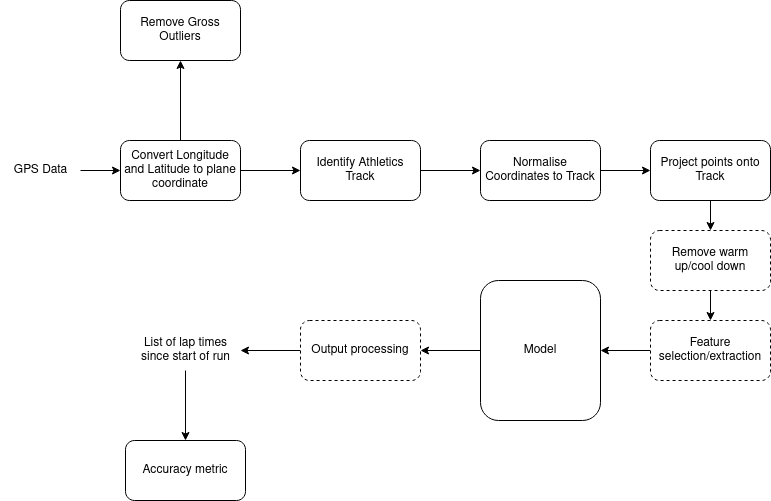
This is references/images/data_pipeline.png from GarethHarcombe/cosc470, a draw.io export, as it was before one commit. Source tidied: cells renumbered, new cells last; positions are measured from the earlier drawing's top-left corner, leaving out a move shared by most shapes. Its diagram source:
```xml
<mxGraphModel>
  <root>
    <mxCell id="0" />
    <mxCell id="1" parent="0" />
    <mxCell id="2" style="edgeStyle=orthogonalEdgeStyle;rounded=0;jettySize=auto;html=1;" parent="1" edge="1" source="3" target="7">
      <mxGeometry relative="1" as="geometry" />
    </mxCell>
    <mxCell id="3" value="Identify Athletics Track" style="rounded=1;whiteSpace=wrap;html=1;" parent="1" vertex="1">
      <mxGeometry x="300" y="140" width="120" height="60" as="geometry" />
    </mxCell>
    <mxCell id="4" style="edgeStyle=orthogonalEdgeStyle;rounded=0;jettySize=auto;html=1;" parent="1" edge="1" source="5" target="10">
      <mxGeometry relative="1" as="geometry" />
    </mxCell>
    <mxCell id="5" value="GPS Data" style="text;html=1;align=center;verticalAlign=middle;points=[];strokeColor=none;fillColor=none;" parent="1" vertex="1">
      <mxGeometry y="155" width="80" height="30" as="geometry" />
    </mxCell>
    <mxCell id="6" style="edgeStyle=orthogonalEdgeStyle;rounded=0;jettySize=auto;html=1;entryX=0;entryY=0.5;entryDx=0;entryDy=0;" parent="1" edge="1" source="7" target="24">
      <mxGeometry relative="1" as="geometry" />
    </mxCell>
    <mxCell id="7" value="Normalise Coordinates to Track" style="whiteSpace=wrap;html=1;rounded=1;" parent="1" vertex="1">
      <mxGeometry x="480" y="140" width="120" height="60" as="geometry" />
    </mxCell>
    <mxCell id="8" style="edgeStyle=orthogonalEdgeStyle;rounded=0;jettySize=auto;html=1;entryX=0;entryY=0.5;entryDx=0;entryDy=0;" parent="1" edge="1" source="10" target="3">
      <mxGeometry relative="1" as="geometry" />
    </mxCell>
    <mxCell id="9" style="edgeStyle=orthogonalEdgeStyle;rounded=0;jettySize=auto;html=1;" parent="1" edge="1" source="10" target="11">
      <mxGeometry relative="1" as="geometry" />
    </mxCell>
    <mxCell id="10" value="Convert Longitude and Latitude to plane coordinate" style="whiteSpace=wrap;html=1;rounded=1;" parent="1" vertex="1">
      <mxGeometry x="120" y="140" width="120" height="60" as="geometry" />
    </mxCell>
    <mxCell id="11" value="Remove Gross Outliers" style="whiteSpace=wrap;html=1;rounded=1;" parent="1" vertex="1">
      <mxGeometry x="120" width="120" height="60" as="geometry" />
    </mxCell>
    <mxCell id="12" style="edgeStyle=orthogonalEdgeStyle;rounded=0;jettySize=auto;html=1;" parent="1" edge="1" source="13" target="15">
      <mxGeometry relative="1" as="geometry" />
    </mxCell>
    <mxCell id="13" value="Remove warm up/cool down" style="whiteSpace=wrap;html=1;rounded=1;dashed=1;" parent="1" vertex="1">
      <mxGeometry x="650" y="230" width="120" height="60" as="geometry" />
    </mxCell>
    <mxCell id="14" style="edgeStyle=orthogonalEdgeStyle;rounded=0;jettySize=auto;html=1;" parent="1" edge="1" source="15" target="17">
      <mxGeometry relative="1" as="geometry" />
    </mxCell>
    <mxCell id="15" value="Feature selection/extraction" style="whiteSpace=wrap;html=1;rounded=1;dashed=1;" parent="1" vertex="1">
      <mxGeometry x="650" y="320" width="120" height="60" as="geometry" />
    </mxCell>
    <mxCell id="16" style="edgeStyle=orthogonalEdgeStyle;rounded=0;jettySize=auto;html=1;" parent="1" edge="1" source="17" target="19">
      <mxGeometry relative="1" as="geometry" />
    </mxCell>
    <mxCell id="17" value="Model" style="whiteSpace=wrap;html=1;rounded=1;" parent="1" vertex="1">
      <mxGeometry x="480" y="280" width="120" height="140" as="geometry" />
    </mxCell>
    <mxCell id="18" style="edgeStyle=orthogonalEdgeStyle;rounded=0;jettySize=auto;html=1;" parent="1" edge="1" source="19" target="21">
      <mxGeometry relative="1" as="geometry" />
    </mxCell>
    <mxCell id="19" value="Output processing" style="whiteSpace=wrap;html=1;rounded=1;dashed=1;" parent="1" vertex="1">
      <mxGeometry x="300" y="320" width="120" height="60" as="geometry" />
    </mxCell>
    <mxCell id="20" style="edgeStyle=orthogonalEdgeStyle;rounded=0;jettySize=auto;html=1;entryX=0.5;entryY=0;entryDx=0;entryDy=0;" parent="1" edge="1" source="21" target="22">
      <mxGeometry relative="1" as="geometry" />
    </mxCell>
    <mxCell id="21" value="&lt;div&gt;List of lap times &lt;br&gt;&lt;/div&gt;&lt;div&gt;since start of run&lt;/div&gt;" style="text;html=1;align=center;verticalAlign=middle;points=[];strokeColor=none;fillColor=none;" parent="1" vertex="1">
      <mxGeometry x="130" y="330" width="110" height="40" as="geometry" />
    </mxCell>
    <mxCell id="22" value="Accuracy metric" style="rounded=1;whiteSpace=wrap;html=1;" parent="1" vertex="1">
      <mxGeometry x="125" y="440" width="120" height="60" as="geometry" />
    </mxCell>
    <mxCell id="23" style="edgeStyle=orthogonalEdgeStyle;rounded=0;jettySize=auto;html=1;" parent="1" edge="1" source="24" target="13">
      <mxGeometry relative="1" as="geometry" />
    </mxCell>
    <mxCell id="24" value="Project points onto Track" style="rounded=1;whiteSpace=wrap;html=1;" parent="1" vertex="1">
      <mxGeometry x="650" y="140" width="120" height="60" as="geometry" />
    </mxCell>
  </root>
</mxGraphModel>
```
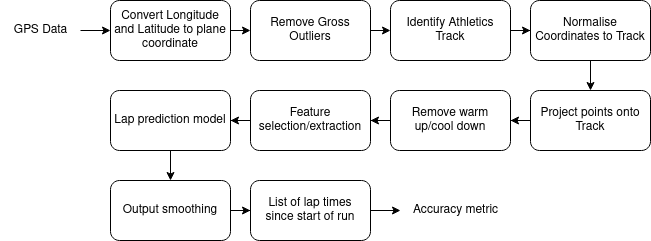
Later version of the same file.

Diff of the diagram source:
```diff
@@ -6,70 +6,70 @@
       <mxGeometry relative="1" as="geometry" />
     </mxCell>
     <mxCell id="3" value="Identify Athletics Track" style="rounded=1;whiteSpace=wrap;html=1;" parent="1" vertex="1">
-      <mxGeometry x="300" y="140" width="120" height="60" as="geometry" />
+      <mxGeometry x="420" y="140" width="120" height="60" as="geometry" />
     </mxCell>
-    <mxCell id="4" style="edgeStyle=orthogonalEdgeStyle;rounded=0;jettySize=auto;html=1;" parent="1" edge="1" source="5" target="10">
+    <mxCell id="4" style="edgeStyle=orthogonalEdgeStyle;rounded=0;jettySize=auto;html=1;entryX=0;entryY=0.5;entryDx=0;entryDy=0;" parent="1" edge="1" source="5" target="10">
       <mxGeometry relative="1" as="geometry" />
     </mxCell>
     <mxCell id="5" value="GPS Data" style="text;html=1;align=center;verticalAlign=middle;points=[];strokeColor=none;fillColor=none;" parent="1" vertex="1">
-      <mxGeometry y="155" width="80" height="30" as="geometry" />
+      <mxGeometry x="30" y="155" width="80" height="30" as="geometry" />
     </mxCell>
-    <mxCell id="6" style="edgeStyle=orthogonalEdgeStyle;rounded=0;jettySize=auto;html=1;entryX=0;entryY=0.5;entryDx=0;entryDy=0;" parent="1" edge="1" source="7" target="24">
+    <mxCell id="6" style="edgeStyle=orthogonalEdgeStyle;rounded=0;jettySize=auto;html=1;entryX=0.5;entryY=0;entryDx=0;entryDy=0;" parent="1" edge="1" source="7" target="24">
       <mxGeometry relative="1" as="geometry" />
     </mxCell>
     <mxCell id="7" value="Normalise Coordinates to Track" style="whiteSpace=wrap;html=1;rounded=1;" parent="1" vertex="1">
-      <mxGeometry x="480" y="140" width="120" height="60" as="geometry" />
+      <mxGeometry x="560" y="140" width="120" height="60" as="geometry" />
     </mxCell>
-    <mxCell id="8" style="edgeStyle=orthogonalEdgeStyle;rounded=0;jettySize=auto;html=1;entryX=0;entryY=0.5;entryDx=0;entryDy=0;" parent="1" edge="1" source="10" target="3">
-      <mxGeometry relative="1" as="geometry" />
-    </mxCell>
-    <mxCell id="9" style="edgeStyle=orthogonalEdgeStyle;rounded=0;jettySize=auto;html=1;" parent="1" edge="1" source="10" target="11">
+    <mxCell id="9" style="edgeStyle=orthogonalEdgeStyle;rounded=0;jettySize=auto;html=1;exitX=1;exitY=0.5;exitDx=0;exitDy=0;entryX=0;entryY=0.5;entryDx=0;entryDy=0;" parent="1" edge="1" source="10" target="11">
       <mxGeometry relative="1" as="geometry" />
     </mxCell>
     <mxCell id="10" value="Convert Longitude and Latitude to plane coordinate" style="whiteSpace=wrap;html=1;rounded=1;" parent="1" vertex="1">
-      <mxGeometry x="120" y="140" width="120" height="60" as="geometry" />
+      <mxGeometry x="140" y="140" width="120" height="60" as="geometry" />
     </mxCell>
+    <mxCell id="25" style="edgeStyle=orthogonalEdgeStyle;rounded=0;jettySize=auto;html=1;exitX=1;exitY=0.5;exitDx=0;exitDy=0;entryX=0;entryY=0.5;entryDx=0;entryDy=0;" parent="1" edge="1" source="11" target="3">
+      <mxGeometry relative="1" as="geometry" />
+    </mxCell>
     <mxCell id="11" value="Remove Gross Outliers" style="whiteSpace=wrap;html=1;rounded=1;" parent="1" vertex="1">
-      <mxGeometry x="120" width="120" height="60" as="geometry" />
+      <mxGeometry x="280" y="140" width="120" height="60" as="geometry" />
     </mxCell>
     <mxCell id="12" style="edgeStyle=orthogonalEdgeStyle;rounded=0;jettySize=auto;html=1;" parent="1" edge="1" source="13" target="15">
       <mxGeometry relative="1" as="geometry" />
     </mxCell>
-    <mxCell id="13" value="Remove warm up/cool down" style="whiteSpace=wrap;html=1;rounded=1;dashed=1;" parent="1" vertex="1">
-      <mxGeometry x="650" y="230" width="120" height="60" as="geometry" />
+    <mxCell id="13" value="Remove warm up/cool down" style="whiteSpace=wrap;html=1;rounded=1;" parent="1" vertex="1">
+      <mxGeometry x="420" y="230" width="120" height="60" as="geometry" />
     </mxCell>
     <mxCell id="14" style="edgeStyle=orthogonalEdgeStyle;rounded=0;jettySize=auto;html=1;" parent="1" edge="1" source="15" target="17">
       <mxGeometry relative="1" as="geometry" />
     </mxCell>
-    <mxCell id="15" value="Feature selection/extraction" style="whiteSpace=wrap;html=1;rounded=1;dashed=1;" parent="1" vertex="1">
-      <mxGeometry x="650" y="320" width="120" height="60" as="geometry" />
+    <mxCell id="15" value="Feature selection/extraction" style="whiteSpace=wrap;html=1;rounded=1;" parent="1" vertex="1">
+      <mxGeometry x="280" y="230" width="120" height="60" as="geometry" />
     </mxCell>
     <mxCell id="16" style="edgeStyle=orthogonalEdgeStyle;rounded=0;jettySize=auto;html=1;" parent="1" edge="1" source="17" target="19">
       <mxGeometry relative="1" as="geometry" />
     </mxCell>
-    <mxCell id="17" value="Model" style="whiteSpace=wrap;html=1;rounded=1;" parent="1" vertex="1">
-      <mxGeometry x="480" y="280" width="120" height="140" as="geometry" />
+    <mxCell id="17" value="Lap prediction model" style="whiteSpace=wrap;html=1;rounded=1;" parent="1" vertex="1">
+      <mxGeometry x="140" y="230" width="120" height="60" as="geometry" />
     </mxCell>
     <mxCell id="18" style="edgeStyle=orthogonalEdgeStyle;rounded=0;jettySize=auto;html=1;" parent="1" edge="1" source="19" target="21">
       <mxGeometry relative="1" as="geometry" />
     </mxCell>
-    <mxCell id="19" value="Output processing" style="whiteSpace=wrap;html=1;rounded=1;dashed=1;" parent="1" vertex="1">
-      <mxGeometry x="300" y="320" width="120" height="60" as="geometry" />
+    <mxCell id="19" value="Output smoothing" style="whiteSpace=wrap;html=1;rounded=1;" parent="1" vertex="1">
+      <mxGeometry x="140" y="320" width="120" height="60" as="geometry" />
     </mxCell>
+    <mxCell id="23" style="edgeStyle=orthogonalEdgeStyle;rounded=0;jettySize=auto;html=1;entryX=1;entryY=0.5;entryDx=0;entryDy=0;" parent="1" edge="1" source="24" target="13">
+      <mxGeometry relative="1" as="geometry" />
+    </mxCell>
+    <mxCell id="24" value="Project points onto Track" style="rounded=1;whiteSpace=wrap;html=1;" parent="1" vertex="1">
+      <mxGeometry x="560" y="230" width="120" height="60" as="geometry" />
+    </mxCell>
-    <mxCell id="20" style="edgeStyle=orthogonalEdgeStyle;rounded=0;jettySize=auto;html=1;entryX=0.5;entryY=0;entryDx=0;entryDy=0;" parent="1" edge="1" source="21" target="22">
+    <mxCell id="20" style="edgeStyle=orthogonalEdgeStyle;rounded=0;jettySize=auto;html=1;" parent="1" edge="1" source="21" target="22">
       <mxGeometry relative="1" as="geometry" />
     </mxCell>
-    <mxCell id="21" value="&lt;div&gt;List of lap times &lt;br&gt;&lt;/div&gt;&lt;div&gt;since start of run&lt;/div&gt;" style="text;html=1;align=center;verticalAlign=middle;points=[];strokeColor=none;fillColor=none;" parent="1" vertex="1">
-      <mxGeometry x="130" y="330" width="110" height="40" as="geometry" />
+    <mxCell id="21" value="&lt;div&gt;List of lap times &lt;br&gt;&lt;/div&gt;&lt;div&gt;since start of run&lt;/div&gt;" style="whiteSpace=wrap;html=1;rounded=1;" parent="1" vertex="1">
+      <mxGeometry x="280" y="320" width="120" height="60" as="geometry" />
     </mxCell>
-    <mxCell id="22" value="Accuracy metric" style="rounded=1;whiteSpace=wrap;html=1;" parent="1" vertex="1">
-      <mxGeometry x="125" y="440" width="120" height="60" as="geometry" />
+    <mxCell id="22" value="Accuracy metric" style="text;html=1;align=center;verticalAlign=middle;points=[];strokeColor=none;fillColor=none;" parent="1" vertex="1">
+      <mxGeometry x="430" y="335" width="110" height="30" as="geometry" />
     </mxCell>
-    <mxCell id="23" style="edgeStyle=orthogonalEdgeStyle;rounded=0;jettySize=auto;html=1;" parent="1" edge="1" source="24" target="13">
-      <mxGeometry relative="1" as="geometry" />
-    </mxCell>
-    <mxCell id="24" value="Project points onto Track" style="rounded=1;whiteSpace=wrap;html=1;" parent="1" vertex="1">
-      <mxGeometry x="650" y="140" width="120" height="60" as="geometry" />
-    </mxCell>
   </root>
 </mxGraphModel>
```
